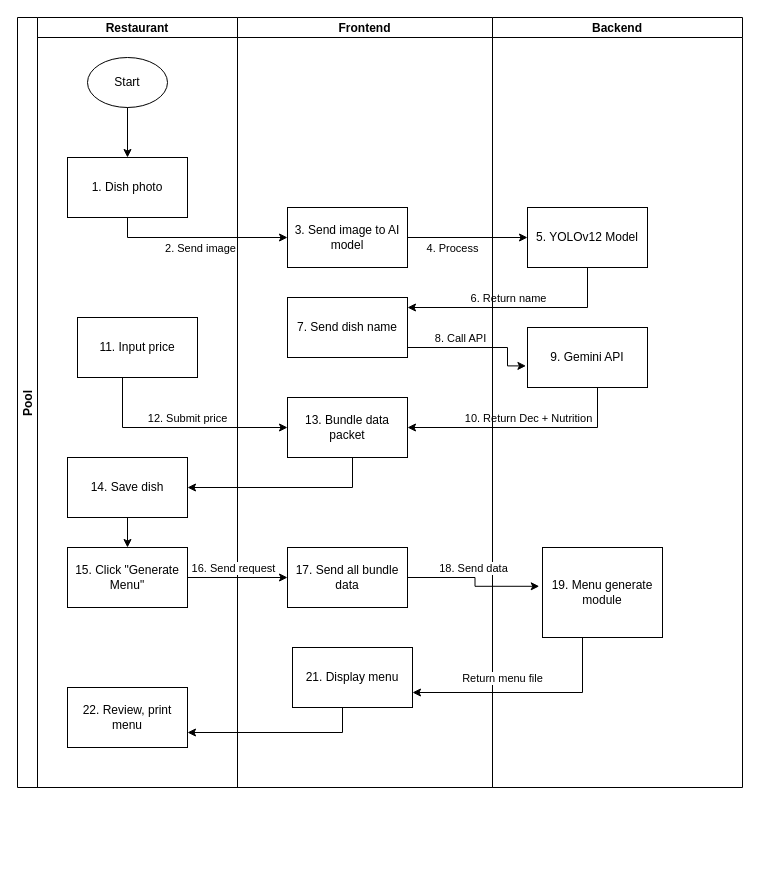
This is Swimlane.drawio from Root0zm/Mini_Project, a draw.io file, before an edit. Source tidied: cells renumbered, new cells numbered last; positions are measured from the earlier drawing's top-left corner, leaving out a move shared by most shapes. Both pictures are drawn from the tidied source at 100%, with x=0, y=0 at pixel (17, 17).
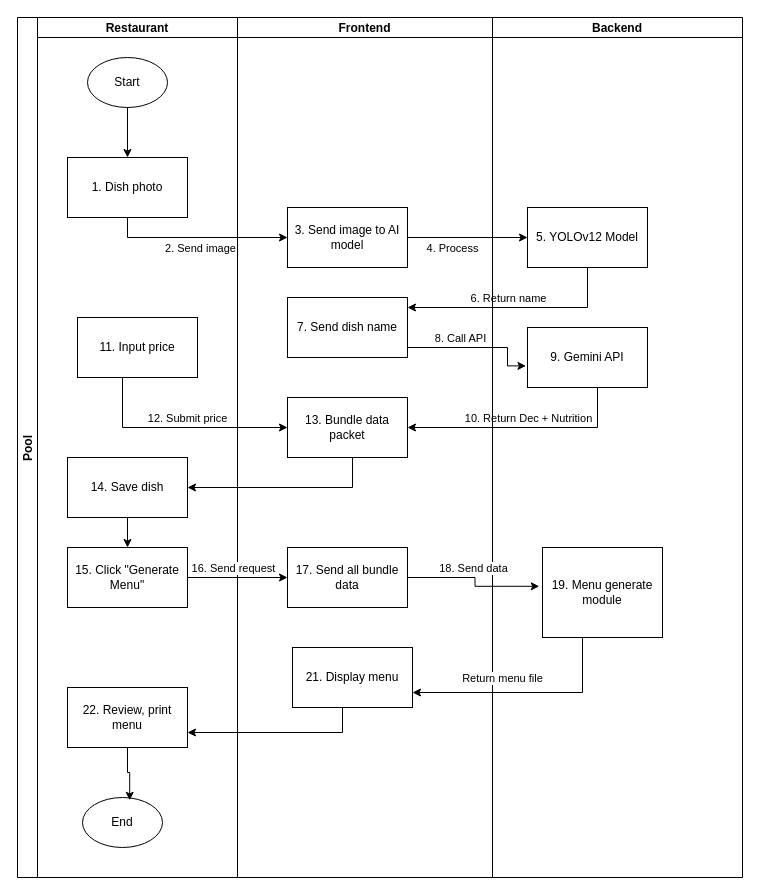
After the change.

Unchanged cells that the change refers to:
```xml
<mxCell id="8" value="22. Review, print menu" style="rounded=0;whiteSpace=wrap;html=1;" parent="3" vertex="1">
  <mxGeometry x="30" y="670" width="120" height="60" as="geometry" />
</mxCell>
```

Diff of the diagram source:
```diff
@@
     <mxCell id="2" value="Pool" style="swimlane;startSize=20;horizontal=0;" parent="1" vertex="1">
-      <mxGeometry width="220" height="770" as="geometry" />
+      <mxGeometry width="220" height="860" as="geometry" />
     </mxCell>
     <mxCell id="3" value="Restaurant" style="swimlane;startSize=20;" parent="2" vertex="1">
-      <mxGeometry x="20" width="200" height="770" as="geometry" />
+      <mxGeometry x="20" width="200" height="860" as="geometry" />
     </mxCell>
@@
+    <mxCell id="42" value="End" style="ellipse;whiteSpace=wrap;html=1;" parent="3" vertex="1">
+      <mxGeometry x="45" y="780" width="80" height="50" as="geometry" />
+    </mxCell>
+    <mxCell id="43" style="edgeStyle=orthogonalEdgeStyle;rounded=0;jettySize=auto;html=1;entryX=0.59;entryY=0.056;entryDx=0;entryDy=0;entryPerimeter=0;" parent="3" edge="1" source="8" target="42">
+      <mxGeometry relative="1" as="geometry" />
+    </mxCell>
     <mxCell id="9" value="Frontend" style="swimlane;startSize=20;" parent="1" vertex="1">
-      <mxGeometry x="220" width="255" height="770" as="geometry" />
+      <mxGeometry x="220" width="255" height="860" as="geometry" />
     </mxCell>
@@
     <mxCell id="31" value="Backend" style="swimlane;startSize=20;" parent="1" vertex="1">
-      <mxGeometry x="475" width="250" height="770" as="geometry" />
+      <mxGeometry x="475" width="250" height="860" as="geometry" />
     </mxCell>
```
